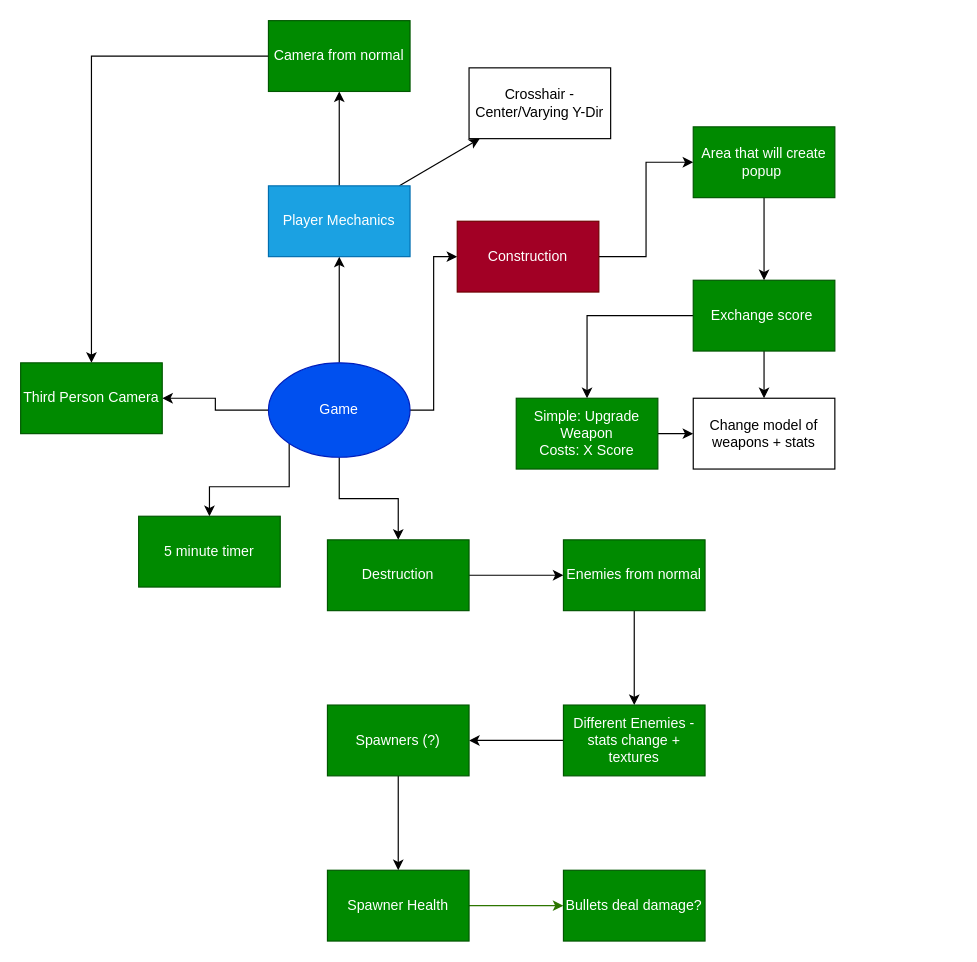
Above: mindmap.drawio in xboxdimensions/Zombie-Shooter (draw.io), before the change. Source tidied: cells renumbered, new cells numbered last; positions are measured from the earlier drawing's top-left corner, leaving out a move shared by most shapes. Both pictures are drawn from the tidied source at 118%, with x=0, y=0 at pixel (20, 20).
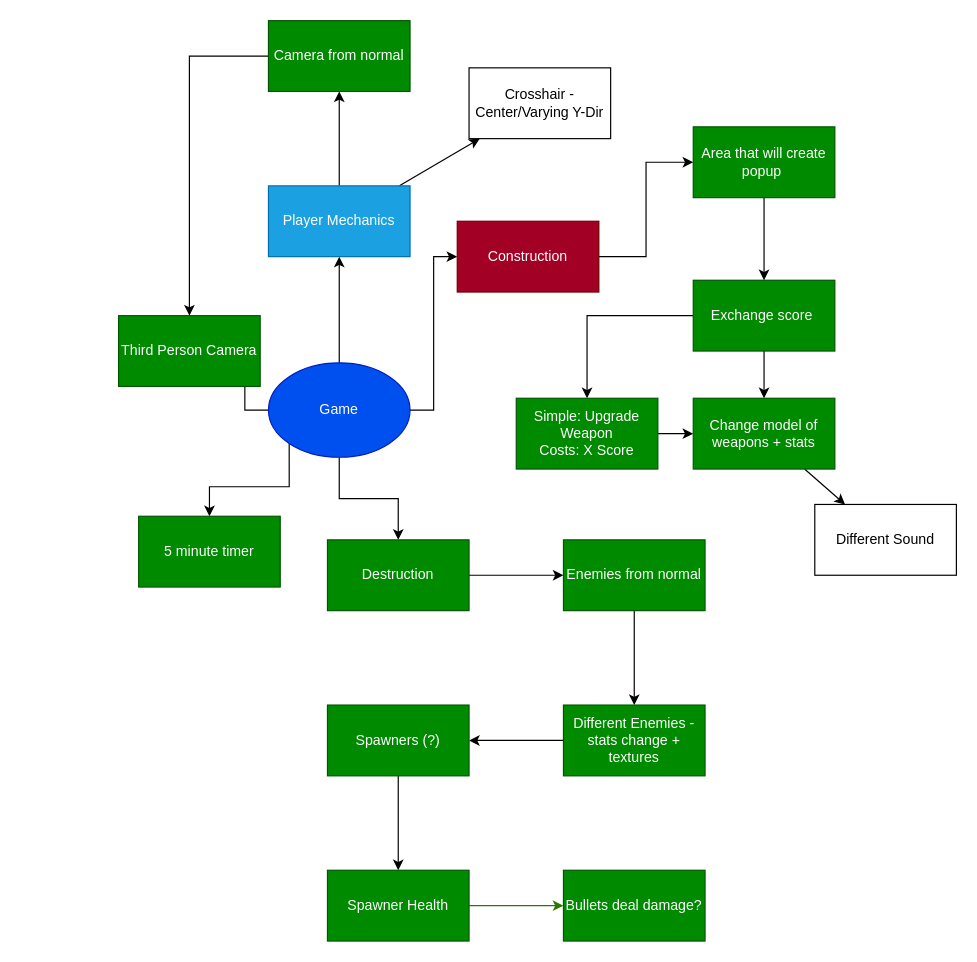
After the change.

What changed in the source:
```diff
@@
+    <mxCell id="37" style="edgeStyle=none;html=1;" parent="1" edge="1" source="15" target="38">
+      <mxGeometry relative="1" as="geometry" />
+    </mxCell>
-    <mxCell id="15" value="Change model of weapons + stats" style="whiteSpace=wrap;html=1;" parent="1" vertex="1">
+    <mxCell id="15" value="Change model of weapons + stats" style="whiteSpace=wrap;html=1;fillColor=#008a00;fontColor=#ffffff;strokeColor=#005700;" parent="1" vertex="1">
       <mxGeometry x="570" y="320" width="120" height="60" as="geometry" />
     </mxCell>
@@
     <mxCell id="25" value="Third Person Camera" style="whiteSpace=wrap;html=1;fillColor=#008a00;strokeColor=#005700;fontColor=#ffffff;" parent="1" vertex="1">
-      <mxGeometry y="290" width="120" height="60" as="geometry" />
+      <mxGeometry x="83" y="250" width="120" height="60" as="geometry" />
     </mxCell>
@@
+    <mxCell id="38" value="Different Sound" style="whiteSpace=wrap;html=1;" parent="1" vertex="1">
+      <mxGeometry x="673" y="410" width="120" height="60" as="geometry" />
+    </mxCell>
```
